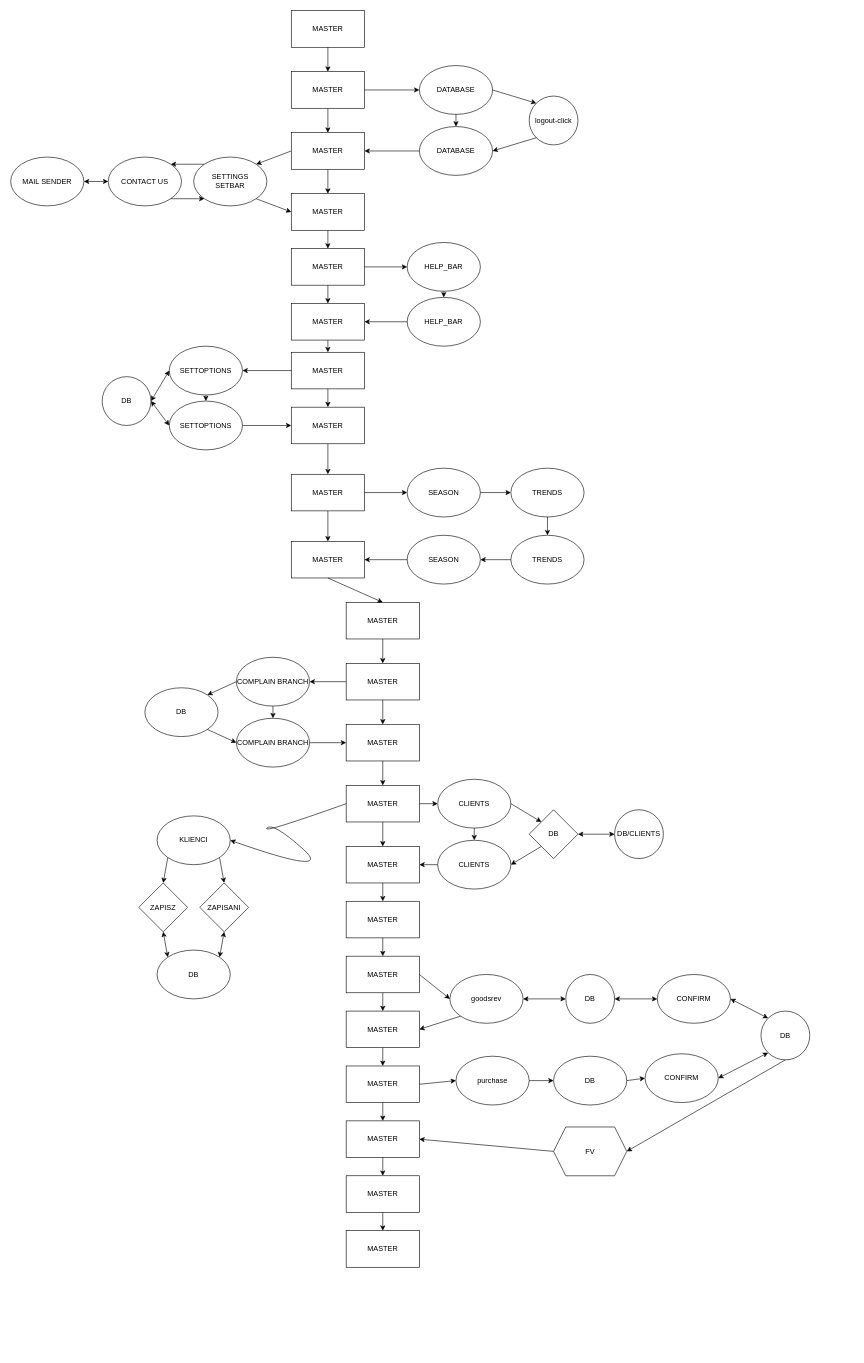
Before: INFORMATION/branches.drawio in Man1exter/MAIG-WAREHOUSE, a draw.io diagram. Source tidied: cells renumbered, new cells numbered last; positions are measured from the earlier drawing's top-left corner, leaving out a move shared by most shapes. Both pictures are drawn from the tidied source at 61%, with x=0, y=0 at pixel (10, 10).
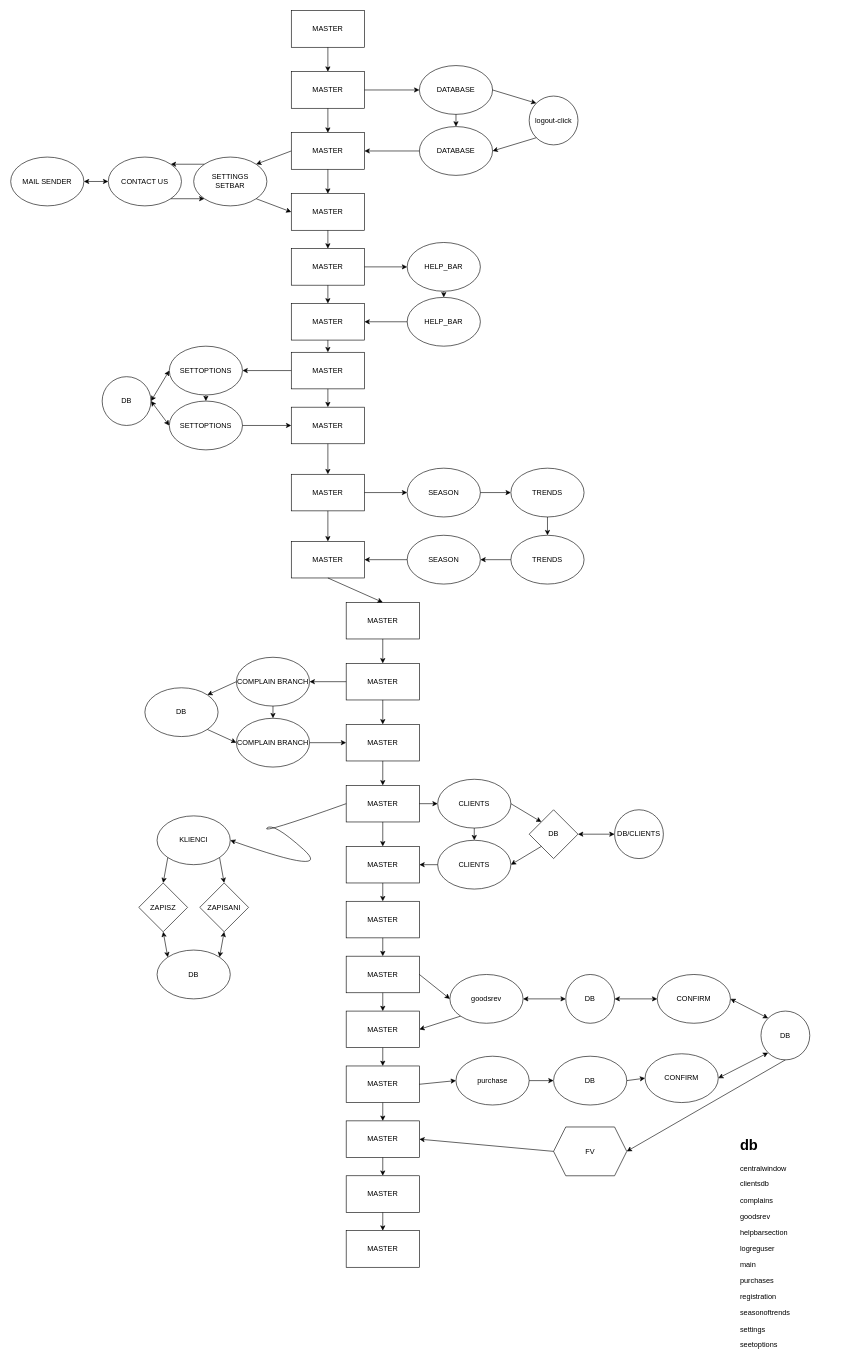
Above is the later version.

What changed in the source:
```diff
@@
+    <mxCell id="129" value="&lt;h1&gt;db&lt;/h1&gt;&lt;p&gt;centralwindow&lt;/p&gt;&lt;p&gt;clientsdb&lt;/p&gt;&lt;p&gt;complains&lt;/p&gt;&lt;p&gt;goodsrev&lt;/p&gt;&lt;p&gt;helpbarsection&lt;/p&gt;&lt;p&gt;logreguser&lt;/p&gt;&lt;p&gt;main&lt;/p&gt;&lt;p&gt;purchases&lt;/p&gt;&lt;p&gt;registration&lt;/p&gt;&lt;p&gt;seasonoftrends&lt;/p&gt;&lt;p&gt;settings&lt;/p&gt;&lt;p&gt;seetoptions&lt;/p&gt;" style="text;html=1;strokeColor=none;fillColor=none;spacing=5;spacingTop=-20;whiteSpace=wrap;overflow=hidden;rounded=0;" parent="1" vertex="1">
+      <mxGeometry x="1191" y="1840" width="190" height="360" as="geometry" />
+    </mxCell>
```
